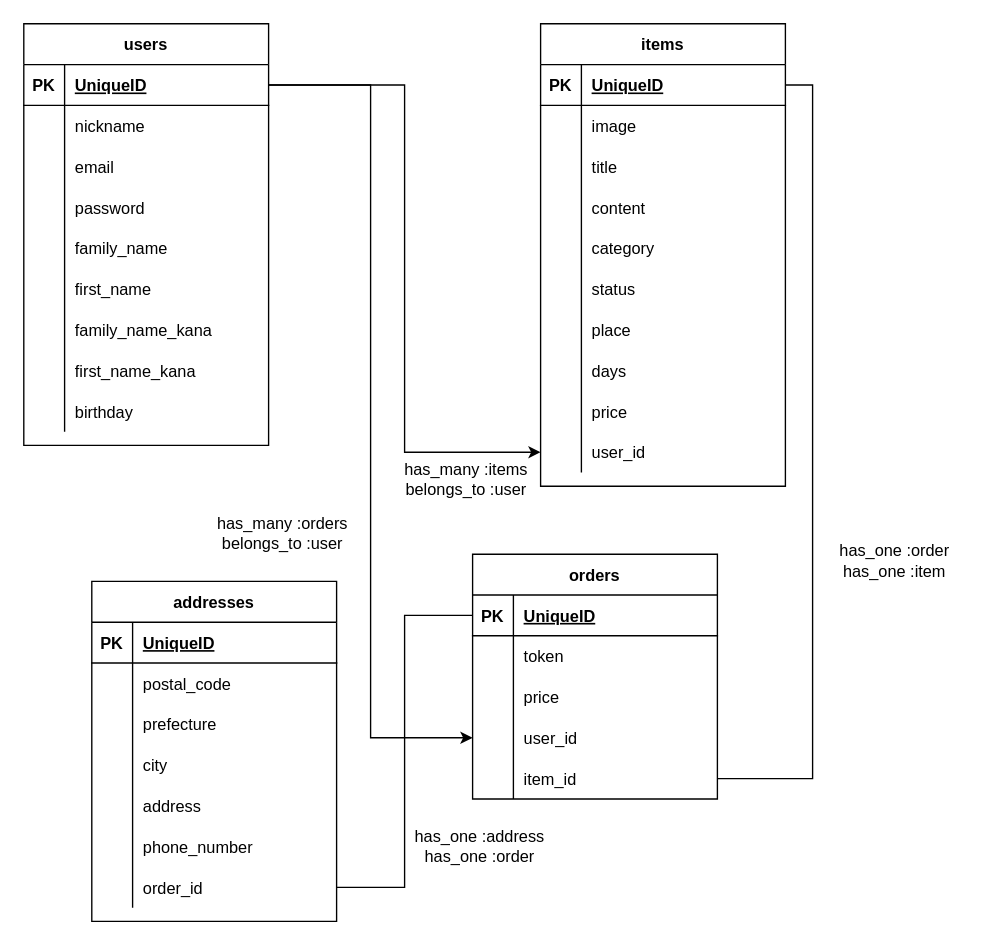
tokiya-takai/furima-33949 keeps this draw.io diagram as er.dio. Above is the earlier version. Source tidied: cells renumbered, new cells numbered last; positions are measured from the earlier drawing's top-left corner, leaving out a move shared by most shapes. Both pictures are drawn from the tidied source at 136%, with x=0, y=0 at pixel (23, 23).
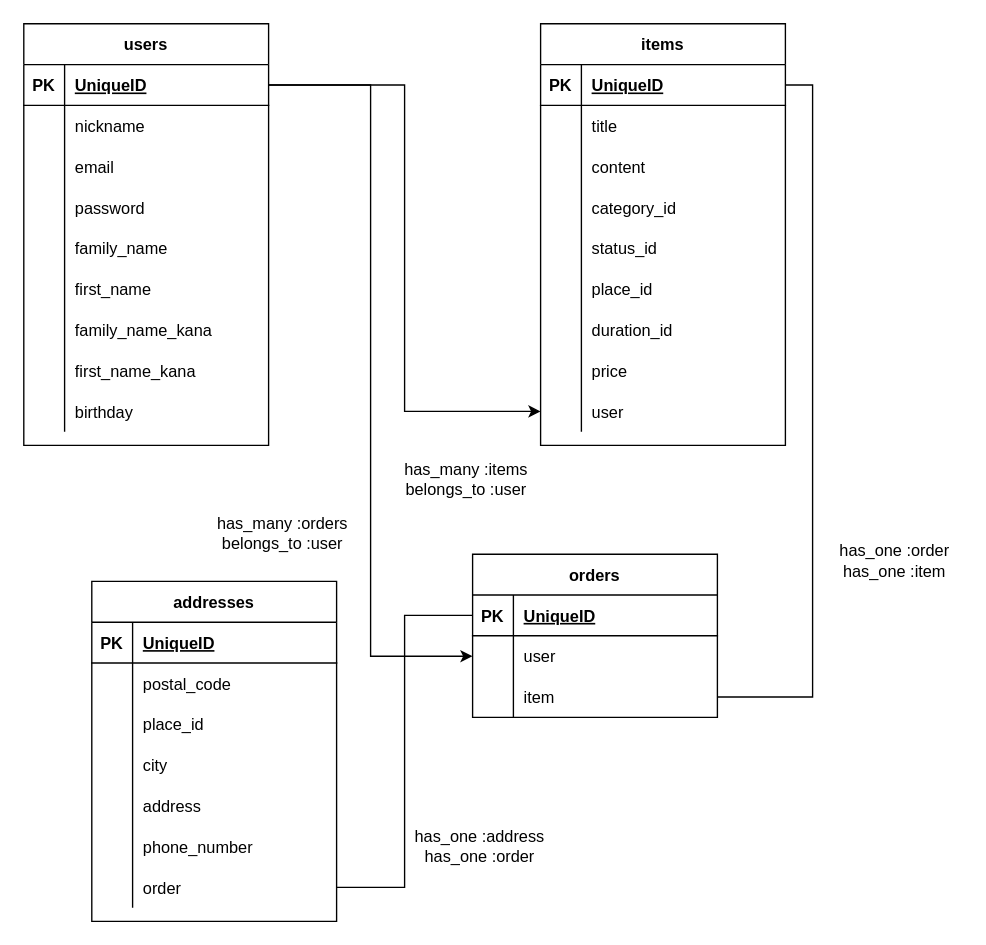
Above is the later version.

Commit message (it also covers changes not shown here):
テーブル設計の修正

Unchanged cells that the change refers to:
```xml
<mxCell id="68" style="shape=partialRectangle;fillColor=none;top=0;left=0;bottom=0;right=0;" parent="61" vertex="1">
  <mxGeometry y="90" width="180" height="30" as="geometry" />
</mxCell>
<mxCell id="80" style="shape=partialRectangle;fillColor=none;top=0;left=0;bottom=0;right=0;points=[[0,0.5],[1,0.5]];portConstraint=eastwest;" parent="61" vertex="1">
  <mxGeometry y="210" width="180" height="30" as="geometry" />
</mxCell>
```

Diff of the diagram source:
```diff
@@
     <mxCell id="30" value="items" style="shape=table;startSize=30;childLayout=tableLayout;rowLines=0;fontStyle=1;align=center;" parent="1" vertex="1">
-      <mxGeometry x="380" width="180" height="340" as="geometry" />
+      <mxGeometry x="380" width="180" height="310" as="geometry" />
     </mxCell>
@@
-    <mxCell id="34" style="shape=partialRectangle;fillColor=none;top=0;left=0;bottom=0;right=0;" parent="30" vertex="1">
-      <mxGeometry y="60" width="180" height="30" as="geometry" />
-    </mxCell>
-    <mxCell id="35" style="shape=partialRectangle;fillColor=none;top=0;left=0;bottom=0;right=0;overflow=hidden;" parent="34" vertex="1">
-      <mxGeometry width="30" height="30" as="geometry" />
-    </mxCell>
-    <mxCell id="36" value="image" style="shape=partialRectangle;fillColor=none;top=0;left=0;bottom=0;right=0;align=left;spacingLeft=6;overflow=hidden;" parent="34" vertex="1">
-      <mxGeometry x="30" width="150" height="30" as="geometry" />
-    </mxCell>
     <mxCell id="37" style="shape=partialRectangle;fillColor=none;top=0;left=0;bottom=0;right=0;" parent="30" vertex="1">
-      <mxGeometry y="90" width="180" height="30" as="geometry" />
+      <mxGeometry y="60" width="180" height="30" as="geometry" />
     </mxCell>
@@
     <mxCell id="40" style="shape=partialRectangle;fillColor=none;top=0;left=0;bottom=0;right=0;" parent="30" vertex="1">
-      <mxGeometry y="120" width="180" height="30" as="geometry" />
+      <mxGeometry y="90" width="180" height="30" as="geometry" />
     </mxCell>
@@
     <mxCell id="43" style="shape=partialRectangle;fillColor=none;top=0;left=0;bottom=0;right=0;" parent="30" vertex="1">
-      <mxGeometry y="150" width="180" height="30" as="geometry" />
+      <mxGeometry y="120" width="180" height="30" as="geometry" />
     </mxCell>
@@
-    <mxCell id="45" value="category" style="shape=partialRectangle;fillColor=none;top=0;left=0;bottom=0;right=0;align=left;spacingLeft=6;overflow=hidden;" parent="43" vertex="1">
+    <mxCell id="45" value="category_id" style="shape=partialRectangle;fillColor=none;top=0;left=0;bottom=0;right=0;align=left;spacingLeft=6;overflow=hidden;" parent="43" vertex="1">
       <mxGeometry x="30" width="150" height="30" as="geometry" />
     </mxCell>
     <mxCell id="46" style="shape=partialRectangle;fillColor=none;top=0;left=0;bottom=0;right=0;" parent="30" vertex="1">
-      <mxGeometry y="180" width="180" height="30" as="geometry" />
+      <mxGeometry y="150" width="180" height="30" as="geometry" />
     </mxCell>
@@
-    <mxCell id="48" value="status" style="shape=partialRectangle;fillColor=none;top=0;left=0;bottom=0;right=0;align=left;spacingLeft=6;overflow=hidden;" parent="46" vertex="1">
+    <mxCell id="48" value="status_id" style="shape=partialRectangle;fillColor=none;top=0;left=0;bottom=0;right=0;align=left;spacingLeft=6;overflow=hidden;" parent="46" vertex="1">
       <mxGeometry x="30" width="150" height="30" as="geometry" />
     </mxCell>
     <mxCell id="49" style="shape=partialRectangle;fillColor=none;top=0;left=0;bottom=0;right=0;" parent="30" vertex="1">
-      <mxGeometry y="210" width="180" height="30" as="geometry" />
+      <mxGeometry y="180" width="180" height="30" as="geometry" />
     </mxCell>
@@
-    <mxCell id="51" value="place" style="shape=partialRectangle;fillColor=none;top=0;left=0;bottom=0;right=0;align=left;spacingLeft=6;overflow=hidden;" parent="49" vertex="1">
+    <mxCell id="51" value="place_id" style="shape=partialRectangle;fillColor=none;top=0;left=0;bottom=0;right=0;align=left;spacingLeft=6;overflow=hidden;" parent="49" vertex="1">
       <mxGeometry x="30" width="150" height="30" as="geometry" />
     </mxCell>
     <mxCell id="52" style="shape=partialRectangle;fillColor=none;top=0;left=0;bottom=0;right=0;" parent="30" vertex="1">
-      <mxGeometry y="240" width="180" height="30" as="geometry" />
+      <mxGeometry y="210" width="180" height="30" as="geometry" />
     </mxCell>
@@
-    <mxCell id="54" value="days" style="shape=partialRectangle;fillColor=none;top=0;left=0;bottom=0;right=0;align=left;spacingLeft=6;overflow=hidden;" parent="52" vertex="1">
+    <mxCell id="54" value="duration_id" style="shape=partialRectangle;fillColor=none;top=0;left=0;bottom=0;right=0;align=left;spacingLeft=6;overflow=hidden;" parent="52" vertex="1">
       <mxGeometry x="30" width="150" height="30" as="geometry" />
     </mxCell>
     <mxCell id="55" style="shape=partialRectangle;fillColor=none;top=0;left=0;bottom=0;right=0;" parent="30" vertex="1">
-      <mxGeometry y="270" width="180" height="30" as="geometry" />
+      <mxGeometry y="240" width="180" height="30" as="geometry" />
     </mxCell>
@@
     <mxCell id="58" style="shape=partialRectangle;fillColor=none;top=0;left=0;bottom=0;right=0;points=[[0,0.5],[1,0.5]];portConstraint=eastwest;" parent="30" vertex="1">
-      <mxGeometry y="300" width="180" height="30" as="geometry" />
+      <mxGeometry y="270" width="180" height="30" as="geometry" />
     </mxCell>
@@
-    <mxCell id="60" value="user_id" style="shape=partialRectangle;fillColor=none;top=0;left=0;bottom=0;right=0;align=left;spacingLeft=6;overflow=hidden;" parent="58" vertex="1">
+    <mxCell id="60" value="user" style="shape=partialRectangle;fillColor=none;top=0;left=0;bottom=0;right=0;align=left;spacingLeft=6;overflow=hidden;" parent="58" vertex="1">
       <mxGeometry x="30" width="150" height="30" as="geometry" />
     </mxCell>
@@
-    <mxCell id="70" value="prefecture" style="shape=partialRectangle;fillColor=none;top=0;left=0;bottom=0;right=0;align=left;spacingLeft=6;overflow=hidden;" parent="68" vertex="1">
+    <mxCell id="70" value="place_id" style="shape=partialRectangle;fillColor=none;top=0;left=0;bottom=0;right=0;align=left;spacingLeft=6;overflow=hidden;" parent="68" vertex="1">
       <mxGeometry x="30" width="150" height="30" as="geometry" />
     </mxCell>
@@
-    <mxCell id="82" value="order_id" style="shape=partialRectangle;fillColor=none;top=0;left=0;bottom=0;right=0;align=left;spacingLeft=6;overflow=hidden;" parent="80" vertex="1">
+    <mxCell id="82" value="order" style="shape=partialRectangle;fillColor=none;top=0;left=0;bottom=0;right=0;align=left;spacingLeft=6;overflow=hidden;" parent="80" vertex="1">
       <mxGeometry x="30" width="150" height="30" as="geometry" />
     </mxCell>
     <mxCell id="83" value="orders" style="shape=table;startSize=30;childLayout=tableLayout;rowLines=0;fontStyle=1;align=center;" parent="1" vertex="1">
-      <mxGeometry x="330" y="390" width="180" height="180" as="geometry" />
+      <mxGeometry x="330" y="390" width="180" height="120" as="geometry" />
     </mxCell>
@@
-    <mxCell id="87" style="shape=partialRectangle;fillColor=none;top=0;left=0;bottom=0;right=0;" parent="83" vertex="1">
-      <mxGeometry y="60" width="180" height="30" as="geometry" />
-    </mxCell>
-    <mxCell id="88" style="shape=partialRectangle;fillColor=none;top=0;left=0;bottom=0;right=0;overflow=hidden;" parent="87" vertex="1">
-      <mxGeometry width="30" height="30" as="geometry" />
-    </mxCell>
-    <mxCell id="89" value="token" style="shape=partialRectangle;fillColor=none;top=0;left=0;bottom=0;right=0;align=left;spacingLeft=6;overflow=hidden;" parent="87" vertex="1">
-      <mxGeometry x="30" width="150" height="30" as="geometry" />
-    </mxCell>
-    <mxCell id="90" style="shape=partialRectangle;fillColor=none;top=0;left=0;bottom=0;right=0;" parent="83" vertex="1">
-      <mxGeometry y="90" width="180" height="30" as="geometry" />
-    </mxCell>
-    <mxCell id="91" style="shape=partialRectangle;fillColor=none;top=0;left=0;bottom=0;right=0;overflow=hidden;" parent="90" vertex="1">
-      <mxGeometry width="30" height="30" as="geometry" />
-    </mxCell>
-    <mxCell id="92" value="price" style="shape=partialRectangle;fillColor=none;top=0;left=0;bottom=0;right=0;align=left;spacingLeft=6;overflow=hidden;" parent="90" vertex="1">
-      <mxGeometry x="30" width="150" height="30" as="geometry" />
-    </mxCell>
     <mxCell id="93" style="shape=partialRectangle;fillColor=none;top=0;left=0;bottom=0;right=0;points=[[0,0.5],[1,0.5]];portConstraint=eastwest;" parent="83" vertex="1">
-      <mxGeometry y="120" width="180" height="30" as="geometry" />
+      <mxGeometry y="60" width="180" height="30" as="geometry" />
     </mxCell>
@@
-    <mxCell id="95" value="user_id" style="shape=partialRectangle;fillColor=none;top=0;left=0;bottom=0;right=0;align=left;spacingLeft=6;overflow=hidden;" parent="93" vertex="1">
+    <mxCell id="95" value="user" style="shape=partialRectangle;fillColor=none;top=0;left=0;bottom=0;right=0;align=left;spacingLeft=6;overflow=hidden;" parent="93" vertex="1">
       <mxGeometry x="30" width="150" height="30" as="geometry" />
     </mxCell>
     <mxCell id="96" style="shape=partialRectangle;fillColor=none;top=0;left=0;bottom=0;right=0;points=[[0,0.5],[1,0.5]];portConstraint=eastwest;" parent="83" vertex="1">
-      <mxGeometry y="150" width="180" height="30" as="geometry" />
+      <mxGeometry y="90" width="180" height="30" as="geometry" />
     </mxCell>
@@
-    <mxCell id="98" value="item_id" style="shape=partialRectangle;fillColor=none;top=0;left=0;bottom=0;right=0;align=left;spacingLeft=6;overflow=hidden;" parent="96" vertex="1">
+    <mxCell id="98" value="item" style="shape=partialRectangle;fillColor=none;top=0;left=0;bottom=0;right=0;align=left;spacingLeft=6;overflow=hidden;" parent="96" vertex="1">
       <mxGeometry x="30" width="150" height="30" as="geometry" />
     </mxCell>
```
